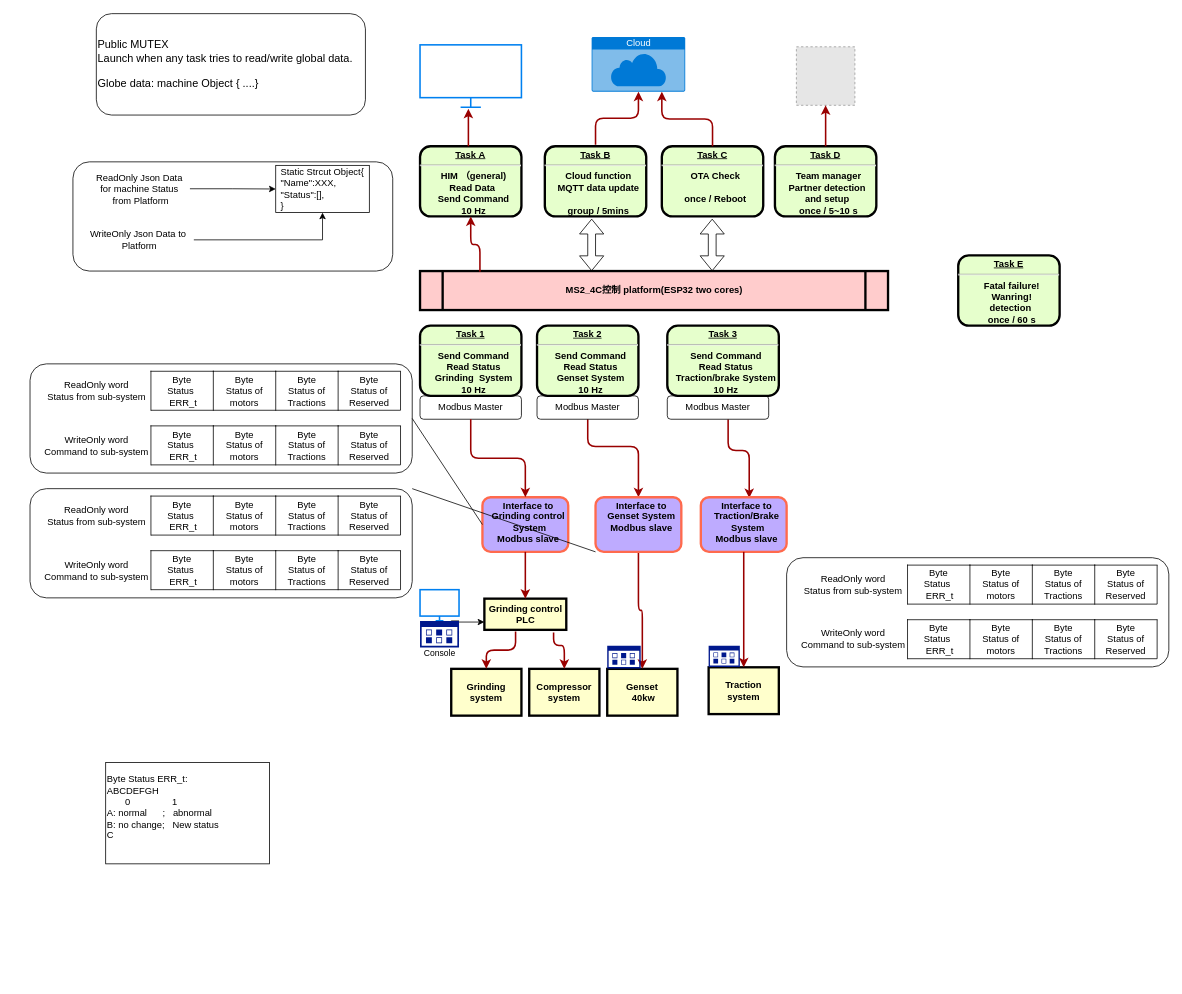
Earlier version of the draw.io diagram MS2_4C_hardware.drawio (kartwu/ESP32-wqj). Source tidied: cells renumbered, new cells numbered last; positions are measured from the earlier drawing's top-left corner, leaving out a move shared by most shapes. Both pictures are drawn from the tidied source at 78%, with x=0, y=0 at pixel (30, 13). Pictures stored in the file or linked from it are replaced by grey dashed boxes.
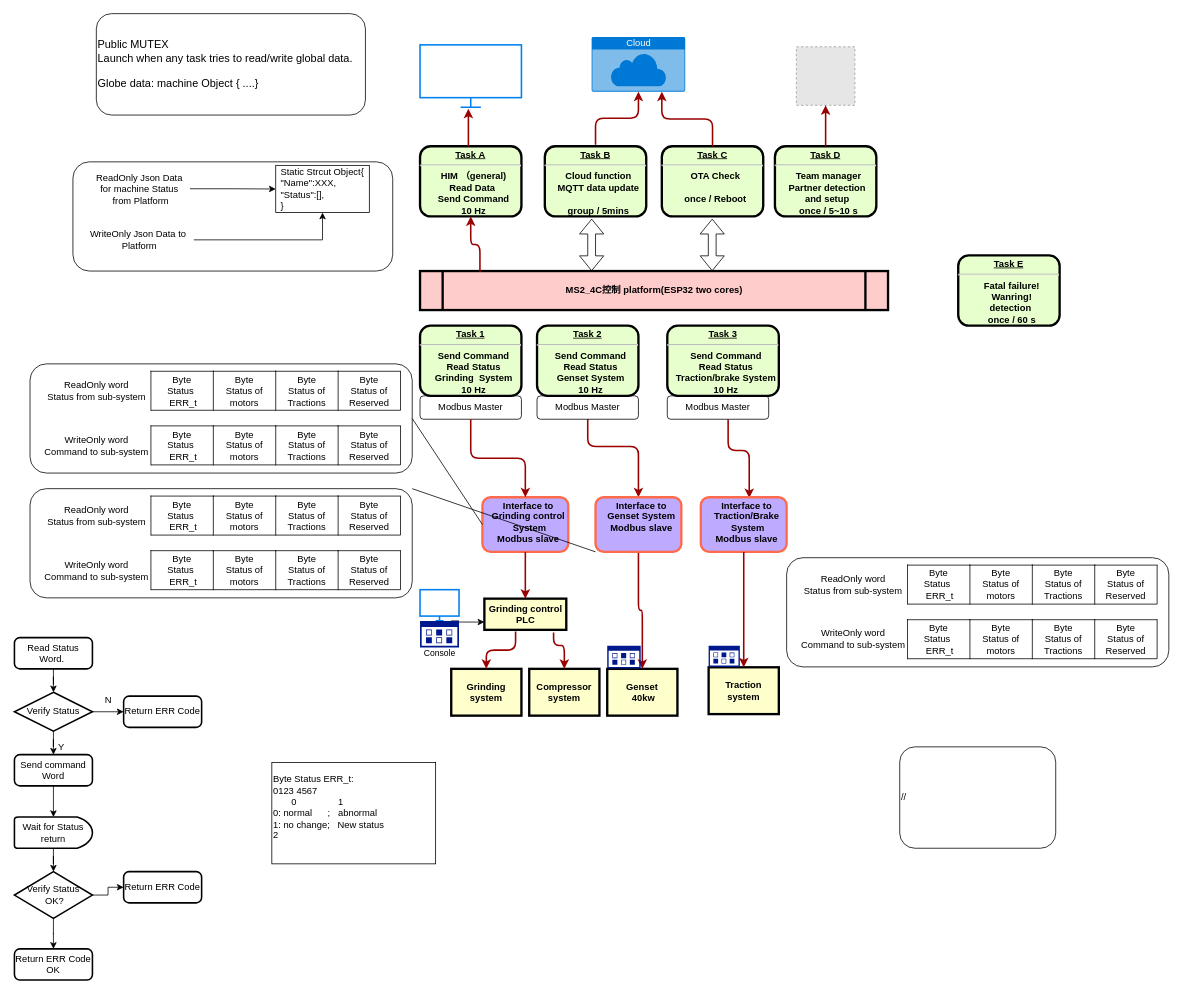
The same page after the edit.

The edit, as a diff of the source:
```diff
@@
-    <mxCell id="101" value="&lt;span&gt;Byte&amp;nbsp;&lt;/span&gt;&lt;span&gt;Status&lt;/span&gt;&lt;span&gt;&amp;nbsp;ERR_t:&lt;br&gt;&lt;div&gt;ABCDEFGH&lt;/div&gt;&lt;div&gt;&amp;nbsp; &amp;nbsp; &amp;nbsp; &amp;nbsp;0&amp;nbsp; &amp;nbsp; &amp;nbsp; &amp;nbsp; &amp;nbsp; &amp;nbsp; &amp;nbsp; &amp;nbsp; 1&lt;/div&gt;&lt;div&gt;A: normal&amp;nbsp; &amp;nbsp; &amp;nbsp; ;&amp;nbsp; &amp;nbsp;abnormal&lt;/div&gt;&lt;div&gt;B: no change;&amp;nbsp; &amp;nbsp;New status&lt;/div&gt;&lt;div&gt;C&amp;nbsp; &amp;nbsp;&lt;/div&gt;&lt;div&gt;&lt;br&gt;&lt;/div&gt;&lt;/span&gt;" style="rounded=0;whiteSpace=wrap;html=1;align=left;" parent="1" vertex="1">
-      <mxGeometry x="97" y="960" width="210" height="130" as="geometry" />
+    <mxCell id="101" value="&lt;span&gt;Byte&amp;nbsp;&lt;/span&gt;&lt;span&gt;Status&lt;/span&gt;&lt;span&gt;&amp;nbsp;ERR_t:&lt;br&gt;&lt;div&gt;0123 4567&lt;/div&gt;&lt;div&gt;&amp;nbsp; &amp;nbsp; &amp;nbsp; &amp;nbsp;0&amp;nbsp; &amp;nbsp; &amp;nbsp; &amp;nbsp; &amp;nbsp; &amp;nbsp; &amp;nbsp; &amp;nbsp; 1&lt;/div&gt;&lt;div&gt;0: normal&amp;nbsp; &amp;nbsp; &amp;nbsp; ;&amp;nbsp; &amp;nbsp;abnormal&lt;/div&gt;&lt;div&gt;1: no change;&amp;nbsp; &amp;nbsp;New status&lt;/div&gt;&lt;div&gt;2&amp;nbsp; &amp;nbsp;&lt;/div&gt;&lt;div&gt;&lt;br&gt;&lt;/div&gt;&lt;/span&gt;" style="rounded=0;whiteSpace=wrap;html=1;align=left;" parent="1" vertex="1">
+      <mxGeometry x="310" y="960" width="210" height="130" as="geometry" />
     </mxCell>
@@
+    <mxCell id="103" value="//&amp;nbsp;" style="rounded=1;whiteSpace=wrap;html=1;align=left;" parent="1" vertex="1">
+      <mxGeometry x="1115" y="940" width="200" height="130" as="geometry" />
+    </mxCell>
+    <mxCell id="104" style="edgeStyle=orthogonalEdgeStyle;rounded=0;jettySize=auto;html=1;entryX=0.5;entryY=0;entryDx=0;entryDy=0;entryPerimeter=0;" parent="1" edge="1" source="105" target="108">
+      <mxGeometry relative="1" as="geometry" />
+    </mxCell>
+    <mxCell id="105" value="&lt;span style=&quot;text-align: left&quot;&gt;Read Status Word.&amp;nbsp;&lt;/span&gt;" style="rounded=1;whiteSpace=wrap;html=1;absoluteArcSize=1;arcSize=14;strokeWidth=2;" parent="1" vertex="1">
+      <mxGeometry x="-20" y="800" width="100" height="40" as="geometry" />
+    </mxCell>
+    <mxCell id="106" style="edgeStyle=orthogonalEdgeStyle;rounded=0;jettySize=auto;html=1;" parent="1" edge="1" source="108" target="111">
+      <mxGeometry relative="1" as="geometry" />
+    </mxCell>
+    <mxCell id="107" style="edgeStyle=orthogonalEdgeStyle;rounded=0;jettySize=auto;html=1;" parent="1" edge="1" source="108" target="110">
+      <mxGeometry relative="1" as="geometry" />
+    </mxCell>
+    <mxCell id="108" value="Verify Status" style="strokeWidth=2;html=1;shape=mxgraph.flowchart.decision;whiteSpace=wrap;" parent="1" vertex="1">
+      <mxGeometry x="-20" y="870" width="100" height="50" as="geometry" />
+    </mxCell>
+    <mxCell id="109" style="edgeStyle=orthogonalEdgeStyle;rounded=0;jettySize=auto;html=1;" parent="1" edge="1" source="110" target="115">
+      <mxGeometry relative="1" as="geometry" />
+    </mxCell>
+    <mxCell id="110" value="Send command Word" style="rounded=1;whiteSpace=wrap;html=1;absoluteArcSize=1;arcSize=14;strokeWidth=2;" parent="1" vertex="1">
+      <mxGeometry x="-20" y="950" width="100" height="40" as="geometry" />
+    </mxCell>
+    <mxCell id="111" value="Return ERR Code" style="rounded=1;whiteSpace=wrap;html=1;absoluteArcSize=1;arcSize=14;strokeWidth=2;" parent="1" vertex="1">
+      <mxGeometry x="120" y="875" width="100" height="40" as="geometry" />
+    </mxCell>
+    <mxCell id="112" value="N" style="text;html=1;align=center;verticalAlign=middle;" parent="1" vertex="1">
+      <mxGeometry x="90" y="870" width="20" height="20" as="geometry" />
+    </mxCell>
+    <mxCell id="113" value="Y" style="text;html=1;align=center;verticalAlign=middle;" parent="1" vertex="1">
+      <mxGeometry x="30" y="930" width="20" height="20" as="geometry" />
+    </mxCell>
+    <mxCell id="114" style="edgeStyle=orthogonalEdgeStyle;rounded=0;jettySize=auto;html=1;" parent="1" edge="1" source="115" target="118">
+      <mxGeometry relative="1" as="geometry" />
+    </mxCell>
+    <mxCell id="115" value="Wait for Status return" style="strokeWidth=2;html=1;shape=mxgraph.flowchart.delay;whiteSpace=wrap;" parent="1" vertex="1">
+      <mxGeometry x="-20" y="1030" width="100" height="40" as="geometry" />
+    </mxCell>
+    <mxCell id="116" style="edgeStyle=orthogonalEdgeStyle;rounded=0;jettySize=auto;html=1;" parent="1" edge="1" source="118" target="119">
+      <mxGeometry relative="1" as="geometry" />
+    </mxCell>
+    <mxCell id="117" style="edgeStyle=orthogonalEdgeStyle;rounded=0;jettySize=auto;html=1;" parent="1" edge="1" source="118" target="120">
+      <mxGeometry relative="1" as="geometry" />
+    </mxCell>
+    <mxCell id="118" value="Verify Status&lt;br&gt;&amp;nbsp;OK?" style="strokeWidth=2;html=1;shape=mxgraph.flowchart.decision;whiteSpace=wrap;" parent="1" vertex="1">
+      <mxGeometry x="-20" y="1100" width="100" height="60" as="geometry" />
+    </mxCell>
+    <mxCell id="119" value="Return ERR Code" style="rounded=1;whiteSpace=wrap;html=1;absoluteArcSize=1;arcSize=14;strokeWidth=2;" parent="1" vertex="1">
+      <mxGeometry x="120" y="1100" width="100" height="40" as="geometry" />
+    </mxCell>
+    <mxCell id="120" value="Return ERR Code&lt;br&gt;OK" style="rounded=1;whiteSpace=wrap;html=1;absoluteArcSize=1;arcSize=14;strokeWidth=2;" parent="1" vertex="1">
+      <mxGeometry x="-20" y="1199" width="100" height="40" as="geometry" />
+    </mxCell>
```
